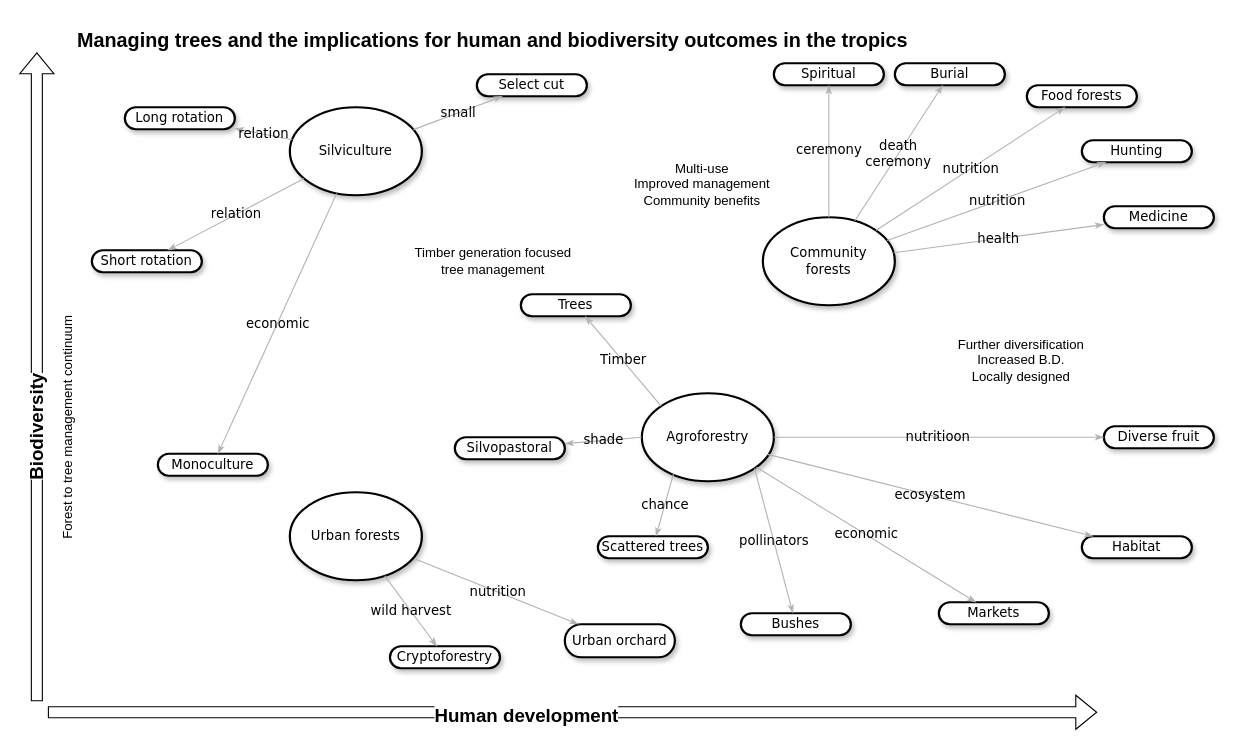
CWWhitney/ethnoforestry_agroforestry keeps this draw.io diagram as diagram_forestry.drawio. Above is the earlier version. Source tidied: cells renumbered, new cells numbered last; positions are measured from the earlier drawing's top-left corner, leaving out a move shared by most shapes. Both pictures are drawn from the tidied source at 110%, with x=0, y=0 at pixel (-87, 19).
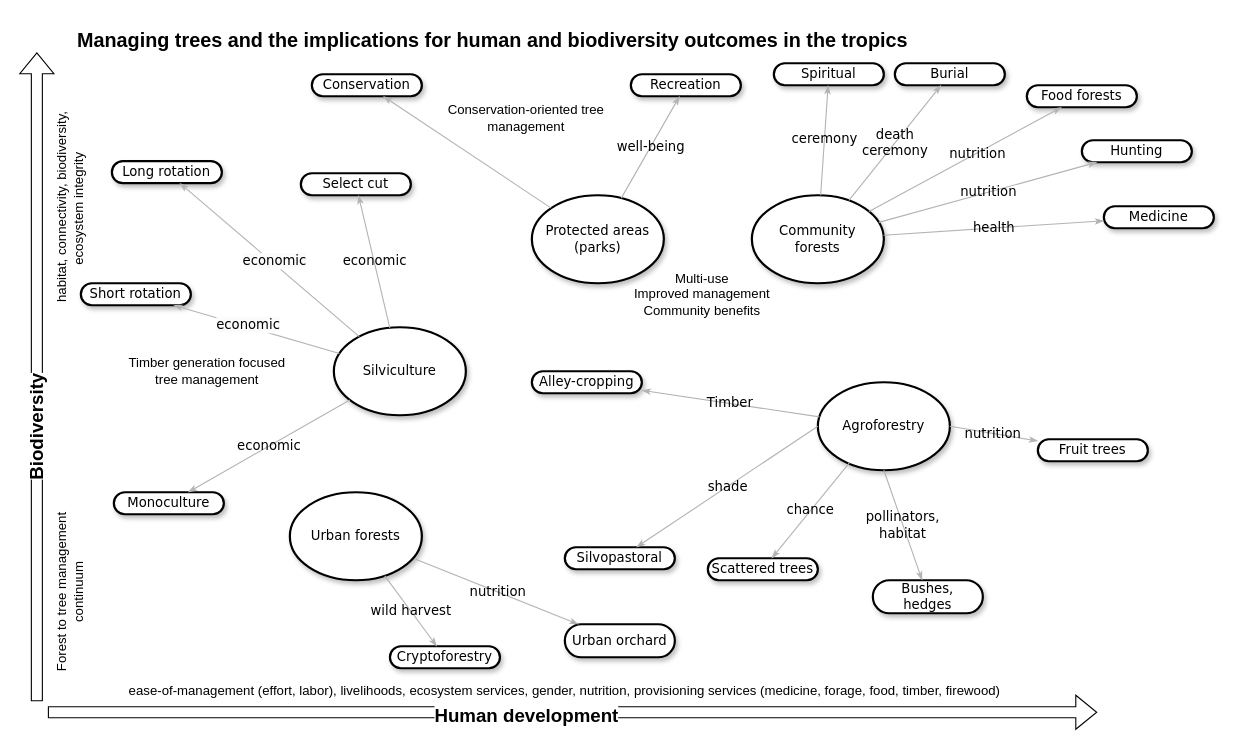
After the change.

The change refers to these unchanged cells:
```xml
<mxCell id="12" value="&lt;span&gt;Food forests&lt;/span&gt;" style="whiteSpace=wrap;html=1;rounded=1;shadow=1;comic=0;labelBackgroundColor=none;strokeWidth=2;fontFamily=Verdana;fontSize=12;align=center;arcSize=50;" parent="1" vertex="1">
  <mxGeometry x="1012" y="60" width="100" height="20" as="geometry" />
</mxCell>
```

Diff of the diagram source:
```diff
@@
     <mxCell id="2" value="Silviculture" style="ellipse;whiteSpace=wrap;html=1;rounded=1;shadow=1;comic=0;labelBackgroundColor=none;strokeWidth=2;fontFamily=Verdana;fontSize=12;align=center;" parent="1" vertex="1">
-      <mxGeometry x="342" y="80" width="120" height="80" as="geometry" />
+      <mxGeometry x="382" y="280" width="120" height="80" as="geometry" />
     </mxCell>
     <mxCell id="3" value="Community &lt;br&gt;forests" style="ellipse;whiteSpace=wrap;html=1;rounded=1;shadow=1;comic=0;labelBackgroundColor=none;strokeWidth=2;fontFamily=Verdana;fontSize=12;align=center;" parent="1" vertex="1">
-      <mxGeometry x="772" y="180" width="120" height="80" as="geometry" />
+      <mxGeometry x="762" y="160" width="120" height="80" as="geometry" />
     </mxCell>
     <mxCell id="4" value="&lt;span&gt;Agroforestry&lt;/span&gt;" style="ellipse;whiteSpace=wrap;html=1;rounded=1;shadow=1;comic=0;labelBackgroundColor=none;strokeWidth=2;fontFamily=Verdana;fontSize=12;align=center;" parent="1" vertex="1">
-      <mxGeometry x="662" y="340" width="120" height="80" as="geometry" />
+      <mxGeometry x="822" y="330" width="120" height="80" as="geometry" />
     </mxCell>
     <mxCell id="5" value="&lt;span&gt;Long rotation&lt;/span&gt;" style="whiteSpace=wrap;html=1;rounded=1;shadow=1;comic=0;labelBackgroundColor=none;strokeWidth=2;fontFamily=Verdana;fontSize=12;align=center;arcSize=50;" parent="1" vertex="1">
-      <mxGeometry x="192" y="80" width="100" height="20" as="geometry" />
+      <mxGeometry x="180.2" y="129" width="100" height="20" as="geometry" />
     </mxCell>
     <mxCell id="6" value="&lt;span&gt;Short rotation&lt;/span&gt;" style="whiteSpace=wrap;html=1;rounded=1;shadow=1;comic=0;labelBackgroundColor=none;strokeWidth=2;fontFamily=Verdana;fontSize=12;align=center;arcSize=50;" parent="1" vertex="1">
-      <mxGeometry x="162" y="210" width="100" height="20" as="geometry" />
+      <mxGeometry x="152" y="240" width="100" height="20" as="geometry" />
     </mxCell>
     <mxCell id="7" value="&lt;span&gt;Select cut&lt;/span&gt;" style="whiteSpace=wrap;html=1;rounded=1;shadow=1;comic=0;labelBackgroundColor=none;strokeWidth=2;fontFamily=Verdana;fontSize=12;align=center;arcSize=50;" parent="1" vertex="1">
-      <mxGeometry x="512" y="50" width="100" height="20" as="geometry" />
+      <mxGeometry x="352" y="140" width="100" height="20" as="geometry" />
     </mxCell>
@@
-    <mxCell id="9" value="Habitat" style="whiteSpace=wrap;html=1;rounded=1;shadow=1;comic=0;labelBackgroundColor=none;strokeWidth=2;fontFamily=Verdana;fontSize=12;align=center;arcSize=50;" parent="1" vertex="1">
-      <mxGeometry x="1062" y="470" width="100" height="20" as="geometry" />
-    </mxCell>
-    <mxCell id="10" value="&lt;span&gt;Diverse fruit&lt;/span&gt;" style="whiteSpace=wrap;html=1;rounded=1;shadow=1;comic=0;labelBackgroundColor=none;strokeWidth=2;fontFamily=Verdana;fontSize=12;align=center;arcSize=50;" parent="1" vertex="1">
-      <mxGeometry x="1082" y="370" width="100" height="20" as="geometry" />
+    <mxCell id="10" value="&lt;span&gt;Fruit trees&lt;/span&gt;" style="whiteSpace=wrap;html=1;rounded=1;shadow=1;comic=0;labelBackgroundColor=none;strokeWidth=2;fontFamily=Verdana;fontSize=12;align=center;arcSize=50;" parent="1" vertex="1">
+      <mxGeometry x="1022" y="381.8" width="100" height="20" as="geometry" />
     </mxCell>
@@
-    <mxCell id="16" value="&lt;span&gt;Markets&lt;/span&gt;" style="whiteSpace=wrap;html=1;rounded=1;shadow=1;comic=0;labelBackgroundColor=none;strokeWidth=2;fontFamily=Verdana;fontSize=12;align=center;arcSize=50;" parent="1" vertex="1">
-      <mxGeometry x="932" y="530" width="100" height="20" as="geometry" />
-    </mxCell>
-    <mxCell id="17" value="small" style="edgeStyle=none;rounded=1;html=1;labelBackgroundColor=none;startArrow=none;startFill=0;startSize=5;endArrow=classicThin;endFill=1;endSize=5;jettySize=auto;strokeColor=#B3B3B3;strokeWidth=1;fontFamily=Verdana;fontSize=12;" parent="1" edge="1" source="2" target="7">
+    <mxCell id="17" value="economic" style="edgeStyle=none;rounded=1;html=1;labelBackgroundColor=none;startArrow=none;startFill=0;startSize=5;endArrow=classicThin;endFill=1;endSize=5;jettySize=auto;strokeColor=#B3B3B3;strokeWidth=1;fontFamily=Verdana;fontSize=12;" parent="1" edge="1" source="2" target="7">
       <mxGeometry relative="1" as="geometry" />
     </mxCell>
-    <mxCell id="18" value="relation" style="edgeStyle=none;rounded=1;html=1;labelBackgroundColor=none;startArrow=none;startFill=0;startSize=5;endArrow=classicThin;endFill=1;endSize=5;jettySize=auto;strokeColor=#B3B3B3;strokeWidth=1;fontFamily=Verdana;fontSize=12;" parent="1" edge="1" source="2" target="5">
+    <mxCell id="18" style="edgeStyle=none;rounded=1;html=1;labelBackgroundColor=none;startArrow=none;startFill=0;startSize=5;endArrow=classicThin;endFill=1;endSize=5;jettySize=auto;strokeColor=#B3B3B3;strokeWidth=1;fontFamily=Verdana;fontSize=12;" parent="1" edge="1" source="2" target="5">
       <mxGeometry relative="1" as="geometry" />
     </mxCell>
+    <mxCell id="54" value="&lt;span style=&quot;font-family: Verdana; font-size: 12px; background-color: rgb(251, 251, 251);&quot;&gt;economic&lt;/span&gt;" style="edgeLabel;html=1;align=center;verticalAlign=middle;" parent="18" vertex="1">
+      <mxGeometry x="-0.03" y="-2" relative="1" as="geometry" />
+    </mxCell>
-    <mxCell id="19" value="relation" style="edgeStyle=none;rounded=1;html=1;labelBackgroundColor=none;startArrow=none;startFill=0;startSize=5;endArrow=classicThin;endFill=1;endSize=5;jettySize=auto;strokeColor=#B3B3B3;strokeWidth=1;fontFamily=Verdana;fontSize=12;" parent="1" edge="1" source="2" target="6">
+    <mxCell id="19" style="edgeStyle=none;rounded=1;html=1;labelBackgroundColor=none;startArrow=none;startFill=0;startSize=5;endArrow=classicThin;endFill=1;endSize=5;jettySize=auto;strokeColor=#B3B3B3;strokeWidth=1;fontFamily=Verdana;fontSize=12;" parent="1" edge="1" source="2" target="6">
       <mxGeometry relative="1" as="geometry" />
     </mxCell>
+    <mxCell id="55" value="&lt;span style=&quot;font-family: Verdana; font-size: 12px; background-color: rgb(251, 251, 251);&quot;&gt;economic&lt;/span&gt;" style="edgeLabel;html=1;align=center;verticalAlign=middle;" parent="19" vertex="1">
+      <mxGeometry x="0.12" y="-2" relative="1" as="geometry" />
+    </mxCell>
-    <mxCell id="20" value="nutritioon" style="edgeStyle=none;rounded=1;html=1;labelBackgroundColor=none;startArrow=none;startFill=0;startSize=5;endArrow=classicThin;endFill=1;endSize=5;jettySize=auto;strokeColor=#B3B3B3;strokeWidth=1;fontFamily=Verdana;fontSize=12;exitX=1;exitY=0.5;exitDx=0;exitDy=0;" parent="1" edge="1" source="4" target="10">
+    <mxCell id="20" value="nutrition" style="edgeStyle=none;rounded=1;html=1;labelBackgroundColor=none;startArrow=none;startFill=0;startSize=5;endArrow=classicThin;endFill=1;endSize=5;jettySize=auto;strokeColor=#B3B3B3;strokeWidth=1;fontFamily=Verdana;fontSize=12;exitX=1;exitY=0.5;exitDx=0;exitDy=0;" parent="1" edge="1" source="4" target="10">
       <mxGeometry x="-0.01" relative="1" as="geometry" />
     </mxCell>
-    <mxCell id="21" value="ecosystem" style="edgeStyle=none;rounded=1;html=1;labelBackgroundColor=none;startArrow=none;startFill=0;startSize=5;endArrow=classicThin;endFill=1;endSize=5;jettySize=auto;strokeColor=#B3B3B3;strokeWidth=1;fontFamily=Verdana;fontSize=12;exitX=0.946;exitY=0.692;exitDx=0;exitDy=0;exitPerimeter=0;" parent="1" edge="1" source="4" target="9">
-      <mxGeometry relative="1" as="geometry" />
-    </mxCell>
-    <mxCell id="22" value="economic" style="edgeStyle=none;rounded=1;html=1;labelBackgroundColor=none;startArrow=none;startFill=0;startSize=5;endArrow=classicThin;endFill=1;endSize=5;jettySize=auto;strokeColor=#B3B3B3;strokeWidth=1;fontFamily=Verdana;fontSize=12;" parent="1" edge="1" source="4" target="16">
-      <mxGeometry relative="1" as="geometry" />
-    </mxCell>
@@
     <mxCell id="25" value="nutrition" style="edgeStyle=none;rounded=1;html=1;labelBackgroundColor=none;startArrow=none;startFill=0;startSize=5;endArrow=classicThin;endFill=1;endSize=5;jettySize=auto;strokeColor=#B3B3B3;strokeWidth=1;fontFamily=Verdana;fontSize=12;" parent="1" edge="1" source="3" target="12">
-      <mxGeometry relative="1" as="geometry" />
+      <mxGeometry x="0.12" y="-1" relative="1" as="geometry" />
     </mxCell>
@@
     <mxCell id="29" value="&lt;span&gt;Monoculture&lt;/span&gt;" style="whiteSpace=wrap;html=1;rounded=1;shadow=1;comic=0;labelBackgroundColor=none;strokeWidth=2;fontFamily=Verdana;fontSize=12;align=center;arcSize=50;" parent="1" vertex="1">
-      <mxGeometry x="222" y="395" width="100" height="20" as="geometry" />
+      <mxGeometry x="182" y="430" width="100" height="20" as="geometry" />
     </mxCell>
-    <mxCell id="30" value="&lt;span&gt;Trees&lt;/span&gt;" style="whiteSpace=wrap;html=1;rounded=1;shadow=1;comic=0;labelBackgroundColor=none;strokeWidth=2;fontFamily=Verdana;fontSize=12;align=center;arcSize=50;" parent="1" vertex="1">
-      <mxGeometry x="552" y="250" width="100" height="20" as="geometry" />
+    <mxCell id="30" value="&lt;span&gt;Alley-cropping&lt;/span&gt;" style="whiteSpace=wrap;html=1;rounded=1;shadow=1;comic=0;labelBackgroundColor=none;strokeWidth=2;fontFamily=Verdana;fontSize=12;align=center;arcSize=50;" parent="1" vertex="1">
+      <mxGeometry x="562" y="320" width="100" height="20" as="geometry" />
     </mxCell>
@@
     <mxCell id="33" value="&lt;span&gt;Silvopastoral&lt;/span&gt;" style="whiteSpace=wrap;html=1;rounded=1;shadow=1;comic=0;labelBackgroundColor=none;strokeWidth=2;fontFamily=Verdana;fontSize=12;align=center;arcSize=50;" parent="1" vertex="1">
-      <mxGeometry x="492" y="380" width="100" height="20" as="geometry" />
+      <mxGeometry x="592" y="480" width="100" height="20" as="geometry" />
     </mxCell>
     <mxCell id="34" value="&lt;span&gt;Scattered trees&lt;/span&gt;" style="whiteSpace=wrap;html=1;rounded=1;shadow=1;comic=0;labelBackgroundColor=none;strokeWidth=2;fontFamily=Verdana;fontSize=12;align=center;arcSize=50;" parent="1" vertex="1">
-      <mxGeometry x="622" y="470" width="100" height="20" as="geometry" />
+      <mxGeometry x="722" y="490" width="100" height="20" as="geometry" />
     </mxCell>
@@
-    <mxCell id="37" value="Timber" style="edgeStyle=none;rounded=1;html=1;labelBackgroundColor=none;startArrow=none;startFill=0;startSize=5;endArrow=classicThin;endFill=1;endSize=5;jettySize=auto;strokeColor=#B3B3B3;strokeWidth=1;fontFamily=Verdana;fontSize=12;exitX=0;exitY=0;exitDx=0;exitDy=0;" parent="1" edge="1" source="4" target="30">
+    <mxCell id="37" value="Timber" style="edgeStyle=none;rounded=1;html=1;labelBackgroundColor=none;startArrow=none;startFill=0;startSize=5;endArrow=classicThin;endFill=1;endSize=5;jettySize=auto;strokeColor=#B3B3B3;strokeWidth=1;fontFamily=Verdana;fontSize=12;" parent="1" edge="1" source="4" target="30">
       <mxGeometry relative="1" as="geometry" />
     </mxCell>
@@
-    <mxCell id="42" value="&lt;span&gt;Bushes&lt;/span&gt;" style="whiteSpace=wrap;html=1;rounded=1;shadow=1;comic=0;labelBackgroundColor=none;strokeWidth=2;fontFamily=Verdana;fontSize=12;align=center;arcSize=50;" parent="1" vertex="1">
-      <mxGeometry x="752" y="540" width="100" height="20" as="geometry" />
+    <mxCell id="42" value="&lt;span&gt;Bushes, &lt;br&gt;hedges&lt;/span&gt;" style="whiteSpace=wrap;html=1;rounded=1;shadow=1;comic=0;labelBackgroundColor=none;strokeWidth=2;fontFamily=Verdana;fontSize=12;align=center;arcSize=50;" parent="1" vertex="1">
+      <mxGeometry x="872" y="510" width="100" height="30" as="geometry" />
     </mxCell>
-    <mxCell id="43" value="pollinators" style="edgeStyle=none;rounded=1;html=1;labelBackgroundColor=none;startArrow=none;startFill=0;startSize=5;endArrow=classicThin;endFill=1;endSize=5;jettySize=auto;strokeColor=#B3B3B3;strokeWidth=1;fontFamily=Verdana;fontSize=12;exitX=1;exitY=1;exitDx=0;exitDy=0;" parent="1" edge="1" source="4" target="42">
+    <mxCell id="43" value="pollinators, &lt;br&gt;habitat" style="edgeStyle=none;rounded=1;html=1;labelBackgroundColor=none;startArrow=none;startFill=0;startSize=5;endArrow=classicThin;endFill=1;endSize=5;jettySize=auto;strokeColor=#B3B3B3;strokeWidth=1;fontFamily=Verdana;fontSize=12;exitX=0.5;exitY=1;exitDx=0;exitDy=0;" parent="1" edge="1" source="4" target="42">
       <mxGeometry relative="1" as="geometry" />
     </mxCell>
-    <mxCell id="44" value="Further diversification&lt;br&gt;Increased B.D.&lt;br&gt;Locally designed" style="text;html=1;strokeColor=none;fillColor=none;align=center;verticalAlign=middle;whiteSpace=wrap;rounded=0;" parent="1" vertex="1">
-      <mxGeometry x="932" y="280" width="150" height="60" as="geometry" />
-    </mxCell>
     <mxCell id="45" value="Multi-use&lt;br&gt;Improved management&lt;br&gt;Community benefits" style="text;html=1;strokeColor=none;fillColor=none;align=center;verticalAlign=middle;whiteSpace=wrap;rounded=0;" parent="1" vertex="1">
-      <mxGeometry x="642" y="120" width="150" height="60" as="geometry" />
+      <mxGeometry x="642" y="220" width="150" height="60" as="geometry" />
     </mxCell>
@@
     <mxCell id="52" value="Timber generation focused tree management" style="text;html=1;strokeColor=none;fillColor=none;align=center;verticalAlign=middle;whiteSpace=wrap;rounded=0;" parent="1" vertex="1">
-      <mxGeometry x="452" y="190" width="150" height="60" as="geometry" />
+      <mxGeometry x="192" y="290" width="150" height="60" as="geometry" />
     </mxCell>
     <mxCell id="53" value="Forest to tree management continuum" style="text;html=1;strokeColor=none;fillColor=none;align=center;verticalAlign=middle;whiteSpace=wrap;rounded=0;rotation=-90;" parent="1" vertex="1">
-      <mxGeometry x="0.2" y="360.2" width="280" height="21.5" as="geometry" />
+      <mxGeometry x="66.1" y="510" width="151.8" height="21.5" as="geometry" />
     </mxCell>
+    <mxCell id="56" value="Protected areas (parks)" style="ellipse;whiteSpace=wrap;html=1;rounded=1;shadow=1;comic=0;labelBackgroundColor=none;strokeWidth=2;fontFamily=Verdana;fontSize=12;align=center;" parent="1" vertex="1">
+      <mxGeometry x="562" y="160" width="120" height="80" as="geometry" />
+    </mxCell>
+    <mxCell id="57" value="&lt;span&gt;Conservation&lt;/span&gt;" style="whiteSpace=wrap;html=1;rounded=1;shadow=1;comic=0;labelBackgroundColor=none;strokeWidth=2;fontFamily=Verdana;fontSize=12;align=center;arcSize=50;" parent="1" vertex="1">
+      <mxGeometry x="362" y="50" width="100" height="20" as="geometry" />
+    </mxCell>
+    <mxCell id="58" style="edgeStyle=none;rounded=1;html=1;labelBackgroundColor=none;startArrow=none;startFill=0;startSize=5;endArrow=classicThin;endFill=1;endSize=5;jettySize=auto;strokeColor=#B3B3B3;strokeWidth=1;fontFamily=Verdana;fontSize=12;" parent="1" edge="1" source="56" target="57">
+      <mxGeometry x="0.01" relative="1" as="geometry" />
+    </mxCell>
+    <mxCell id="59" value="ease-of-management (effort, labor), livelihoods, ecosystem services, gender, nutrition, provisioning services (medicine, forage, food, timber, firewood)" style="text;html=1;strokeColor=none;fillColor=none;align=center;verticalAlign=middle;whiteSpace=wrap;rounded=0;rotation=0;" parent="1" vertex="1">
+      <mxGeometry x="172" y="600" width="840" height="21.5" as="geometry" />
+    </mxCell>
+    <mxCell id="60" value="&lt;span&gt;Recreation&lt;/span&gt;" style="whiteSpace=wrap;html=1;rounded=1;shadow=1;comic=0;labelBackgroundColor=none;strokeWidth=2;fontFamily=Verdana;fontSize=12;align=center;arcSize=50;" parent="1" vertex="1">
+      <mxGeometry x="652" y="50" width="100" height="20" as="geometry" />
+    </mxCell>
+    <mxCell id="61" value="well-being" style="edgeStyle=none;rounded=1;html=1;labelBackgroundColor=none;startArrow=none;startFill=0;startSize=5;endArrow=classicThin;endFill=1;endSize=5;jettySize=auto;strokeColor=#B3B3B3;strokeWidth=1;fontFamily=Verdana;fontSize=12;" parent="1" edge="1" source="56" target="60">
+      <mxGeometry x="0.01" relative="1" as="geometry" />
+    </mxCell>
+    <mxCell id="62" value="Conservation-oriented tree management" style="text;html=1;strokeColor=none;fillColor=none;align=center;verticalAlign=middle;whiteSpace=wrap;rounded=0;" parent="1" vertex="1">
+      <mxGeometry x="482" y="60" width="150" height="60" as="geometry" />
+    </mxCell>
+    <mxCell id="63" value="habitat, connectivity, biodiversity, ecosystem integrity&amp;nbsp;" style="text;html=1;strokeColor=none;fillColor=none;align=center;verticalAlign=middle;whiteSpace=wrap;rounded=0;rotation=-90;" parent="1" vertex="1">
+      <mxGeometry x="52" y="160" width="180" height="21.5" as="geometry" />
+    </mxCell>
```
